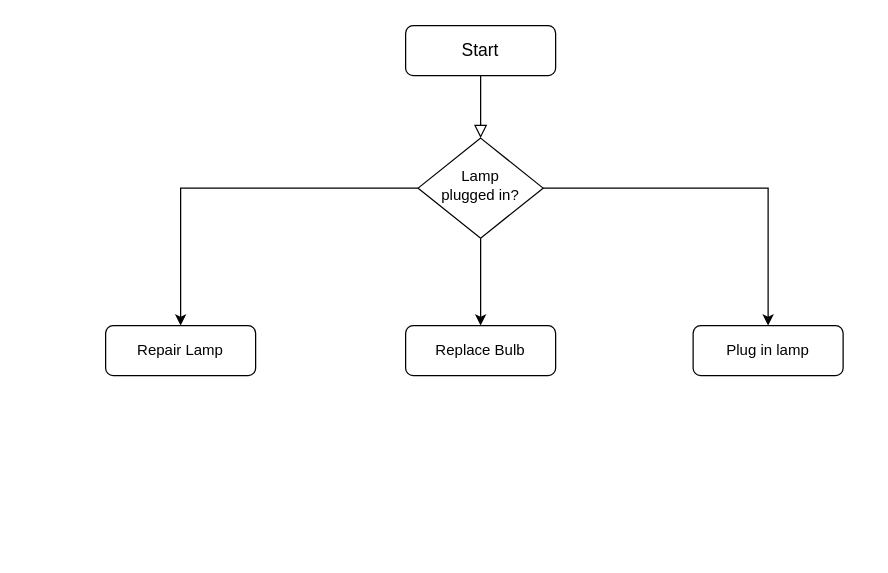
Before: Untitled Diagram.drawio in AndriiSkosariev/qadec21-AndriiSkosariev, a draw.io diagram. Source tidied: cells renumbered, new cells numbered last; positions are measured from the earlier drawing's top-left corner, leaving out a move shared by most shapes. Both pictures are drawn from the tidied source at 125%, with x=0, y=0 at pixel (105, 25).
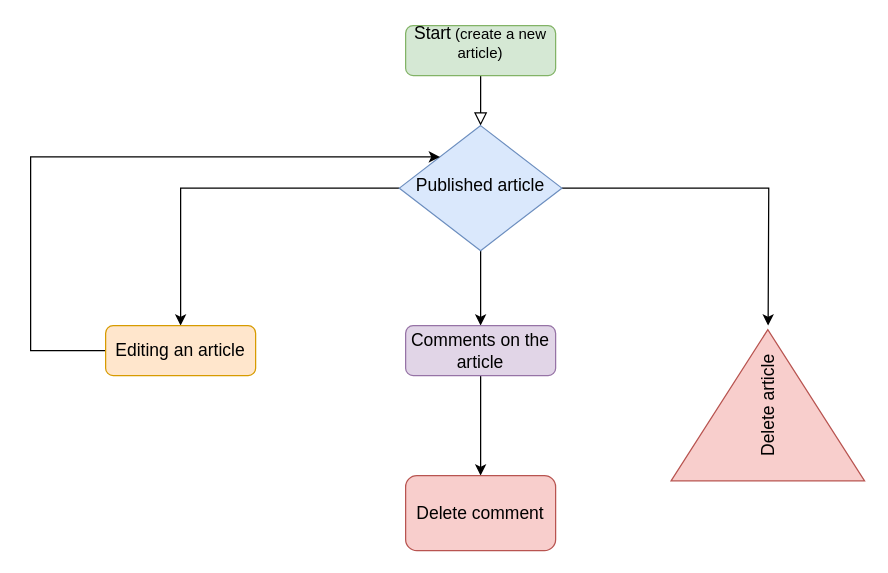
Above is the later version.

Change to the diagram source:
```diff
@@
 <mxGraphModel>
   <root>
     <mxCell id="0" />
     <mxCell id="1" parent="0" />
     <mxCell id="2" style="rounded=0;html=1;jettySize=auto;fontSize=11;endArrow=block;endFill=0;endSize=8;strokeWidth=1;shadow=0;labelBackgroundColor=none;edgeStyle=orthogonalEdgeStyle;" parent="1" edge="1" source="3" target="7">
       <mxGeometry relative="1" as="geometry">
         <Array as="points">
           <mxPoint x="300" y="80" />
           <mxPoint x="300" y="80" />
         </Array>
       </mxGeometry>
     </mxCell>
-    <mxCell id="3" value="&lt;font style=&quot;font-size: 14px&quot;&gt;Start&lt;/font&gt;" style="rounded=1;whiteSpace=wrap;html=1;fontSize=12;glass=0;strokeWidth=1;shadow=0;" parent="1" vertex="1">
+    <mxCell id="3" value="&lt;div&gt;&lt;font style=&quot;font-size: 14px&quot;&gt;Start&lt;/font&gt; (create a new article)&lt;/div&gt;&lt;div&gt;&lt;br&gt;&lt;/div&gt;" style="rounded=1;whiteSpace=wrap;html=1;fontSize=12;glass=0;strokeWidth=1;shadow=0;fillColor=#d5e8d4;strokeColor=#82b366;" parent="1" vertex="1">
       <mxGeometry x="240" width="120" height="40" as="geometry" />
     </mxCell>
-    <mxCell id="4" style="edgeStyle=orthogonalEdgeStyle;rounded=0;jettySize=auto;html=1;fontSize=14;entryX=0.5;entryY=0;entryDx=0;entryDy=0;" parent="1" edge="1" source="7" target="8">
-      <mxGeometry relative="1" as="geometry" />
+    <mxCell id="4" style="edgeStyle=orthogonalEdgeStyle;rounded=0;jettySize=auto;html=1;fontSize=14;entryX=0.5;entryY=0;entryDx=0;entryDy=0;" parent="1" edge="1" source="7">
+      <mxGeometry relative="1" as="geometry">
+        <mxPoint x="530" y="240" as="targetPoint" />
+      </mxGeometry>
     </mxCell>
     <mxCell id="5" style="edgeStyle=orthogonalEdgeStyle;rounded=0;jettySize=auto;html=1;entryX=0.5;entryY=0;entryDx=0;entryDy=0;fontSize=14;" parent="1" edge="1" source="7" target="9">
       <mxGeometry relative="1" as="geometry" />
     </mxCell>
     <mxCell id="6" style="edgeStyle=orthogonalEdgeStyle;rounded=0;jettySize=auto;html=1;fontSize=14;entryX=0.5;entryY=0;entryDx=0;entryDy=0;" parent="1" edge="1" source="7" target="10">
       <mxGeometry relative="1" as="geometry" />
     </mxCell>
-    <mxCell id="7" value="Lamp&lt;br&gt;plugged in?" style="rhombus;whiteSpace=wrap;html=1;shadow=0;fontFamily=Helvetica;fontSize=12;align=center;strokeWidth=1;spacing=6;spacingTop=-4;" parent="1" vertex="1">
-      <mxGeometry x="250" y="90" width="100" height="80" as="geometry" />
+    <mxCell id="7" value="&lt;font style=&quot;font-size: 14px&quot;&gt;Published article&lt;/font&gt;" style="rhombus;whiteSpace=wrap;html=1;shadow=0;fontFamily=Helvetica;fontSize=12;align=center;strokeWidth=1;spacing=6;spacingTop=-4;fillColor=#dae8fc;strokeColor=#6c8ebf;" parent="1" vertex="1">
+      <mxGeometry x="235" y="80" width="130" height="100" as="geometry" />
     </mxCell>
-    <mxCell id="8" value="Plug in lamp" style="rounded=1;whiteSpace=wrap;html=1;fontSize=12;glass=0;strokeWidth=1;shadow=0;" parent="1" vertex="1">
-      <mxGeometry x="470" y="240" width="120" height="40" as="geometry" />
-    </mxCell>
+    <mxCell id="11" style="edgeStyle=orthogonalEdgeStyle;rounded=0;jettySize=auto;html=1;entryX=0.5;entryY=0;entryDx=0;entryDy=0;fontSize=14;" parent="1" edge="1" source="9" target="14">
+      <mxGeometry relative="1" as="geometry" />
+    </mxCell>
-    <mxCell id="9" value="Replace Bulb" style="rounded=1;whiteSpace=wrap;html=1;fontSize=12;glass=0;strokeWidth=1;shadow=0;" parent="1" vertex="1">
+    <mxCell id="9" value="&lt;font style=&quot;font-size: 14px&quot;&gt;Comments on the article&lt;/font&gt;" style="rounded=1;whiteSpace=wrap;html=1;fontSize=12;glass=0;strokeWidth=1;shadow=0;fillColor=#e1d5e7;strokeColor=#9673a6;" parent="1" vertex="1">
       <mxGeometry x="240" y="240" width="120" height="40" as="geometry" />
     </mxCell>
+    <mxCell id="12" style="edgeStyle=orthogonalEdgeStyle;rounded=0;jettySize=auto;html=1;fontSize=14;entryX=0;entryY=0;entryDx=0;entryDy=0;" parent="1" edge="1" source="10" target="7">
+      <mxGeometry relative="1" as="geometry">
+        <Array as="points">
+          <mxPoint x="-60" y="260" />
+          <mxPoint x="-60" y="105" />
+        </Array>
+      </mxGeometry>
+    </mxCell>
-    <mxCell id="10" value="Repair Lamp" style="rounded=1;whiteSpace=wrap;html=1;fontSize=12;glass=0;strokeWidth=1;shadow=0;" parent="1" vertex="1">
+    <mxCell id="10" value="&lt;font style=&quot;font-size: 14px&quot;&gt;Editing an article&lt;/font&gt;" style="rounded=1;whiteSpace=wrap;html=1;fontSize=12;glass=0;strokeWidth=1;shadow=0;fillColor=#ffe6cc;strokeColor=#d79b00;" parent="1" vertex="1">
       <mxGeometry y="240" width="120" height="40" as="geometry" />
     </mxCell>
+    <mxCell id="13" value="&lt;font style=&quot;font-size: 14px&quot;&gt;Delete article&lt;/font&gt;" style="triangle;whiteSpace=wrap;html=1;fontSize=14;rotation=-90;fillColor=#f8cecc;strokeColor=#b85450;" parent="1" vertex="1">
+      <mxGeometry x="469.3" y="226.3" width="120.9" height="154.8" as="geometry" />
+    </mxCell>
+    <mxCell id="14" value="Delete comment" style="rounded=1;whiteSpace=wrap;html=1;fontSize=14;fillColor=#f8cecc;strokeColor=#b85450;" parent="1" vertex="1">
+      <mxGeometry x="240" y="360" width="120" height="60" as="geometry" />
+    </mxCell>
   </root>
 </mxGraphModel>
```
